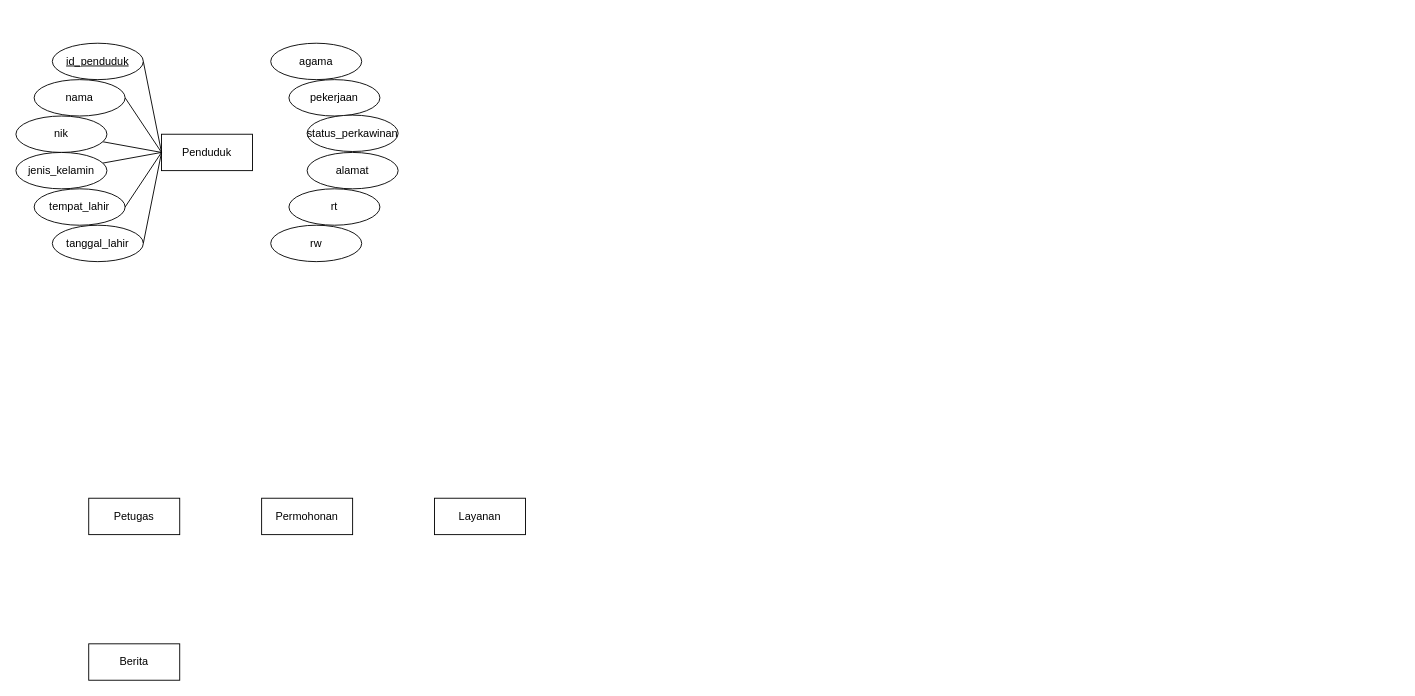
This is docs/KP-ERD.drawio from SammEccent/Project-KP, a draw.io file, before an edit. Source tidied: cells renumbered, new cells numbered last; positions are measured from the earlier drawing's top-left corner, leaving out a move shared by most shapes. Both pictures are drawn from the tidied source at 91%, with x=0, y=0 at pixel (15, 43).
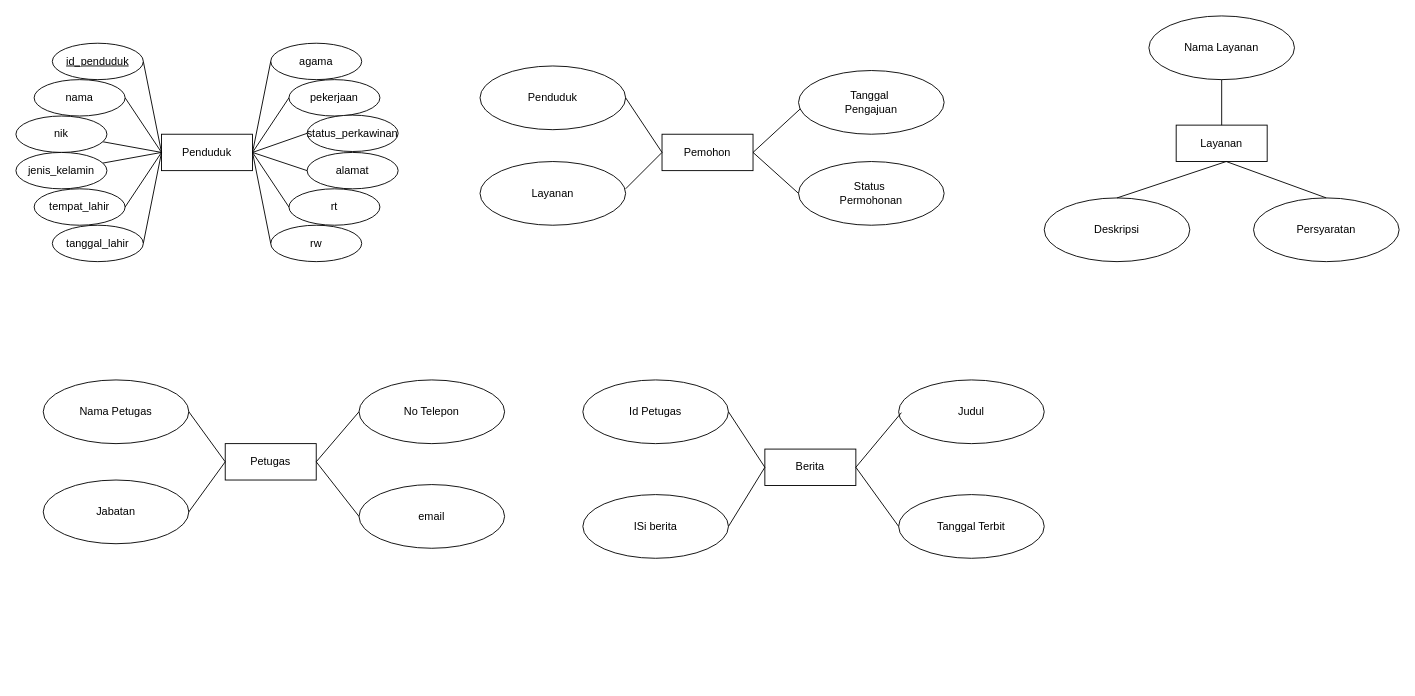
After the change.

Commit message (it also covers changes not shown here):
dari erd

The change refers to these unchanged cells:
```xml
<mxCell id="17" value="agama" style="ellipse;whiteSpace=wrap;html=1;align=center;" parent="1" vertex="1">
  <mxGeometry x="280" width="100" height="40" as="geometry" />
</mxCell>
<mxCell id="18" value="pekerjaan" style="ellipse;whiteSpace=wrap;html=1;align=center;" parent="1" vertex="1">
  <mxGeometry x="300" y="40" width="100" height="40" as="geometry" />
</mxCell>
<mxCell id="19" value="status_perkawinan" style="ellipse;whiteSpace=wrap;html=1;align=center;" parent="1" vertex="1">
  <mxGeometry x="320" y="79" width="100" height="40" as="geometry" />
</mxCell>
<mxCell id="20" value="alamat" style="ellipse;whiteSpace=wrap;html=1;align=center;" parent="1" vertex="1">
  <mxGeometry x="320" y="120" width="100" height="40" as="geometry" />
</mxCell>
<mxCell id="21" value="rt" style="ellipse;whiteSpace=wrap;html=1;align=center;" parent="1" vertex="1">
  <mxGeometry x="300" y="160" width="100" height="40" as="geometry" />
</mxCell>
<mxCell id="22" value="rw" style="ellipse;whiteSpace=wrap;html=1;align=center;" parent="1" vertex="1">
  <mxGeometry x="280" y="200" width="100" height="40" as="geometry" />
</mxCell>
```

What changed in the source:
```diff
@@
-    <mxCell id="3" value="Permohonan" style="whiteSpace=wrap;html=1;align=center;" parent="1" vertex="1">
-      <mxGeometry x="270" y="500" width="100" height="40" as="geometry" />
-    </mxCell>
     <mxCell id="4" value="Layanan" style="whiteSpace=wrap;html=1;align=center;" parent="1" vertex="1">
-      <mxGeometry x="460" y="500" width="100" height="40" as="geometry" />
+      <mxGeometry x="1275" y="90" width="100" height="40" as="geometry" />
     </mxCell>
     <mxCell id="5" value="Petugas" style="whiteSpace=wrap;html=1;align=center;" parent="1" vertex="1">
-      <mxGeometry x="80" y="500" width="100" height="40" as="geometry" />
+      <mxGeometry x="230" y="440" width="100" height="40" as="geometry" />
     </mxCell>
     <mxCell id="6" value="Berita" style="whiteSpace=wrap;html=1;align=center;" parent="1" vertex="1">
-      <mxGeometry x="80" y="660" width="100" height="40" as="geometry" />
+      <mxGeometry x="823" y="446" width="100" height="40" as="geometry" />
     </mxCell>
@@
+    <mxCell id="25" style="endArrow=none;html=1;rounded=0;entryX=0;entryY=0.5;entryDx=0;entryDy=0;" parent="1" edge="1" target="20">
+      <mxGeometry relative="1" as="geometry">
+        <mxPoint x="260" y="120" as="sourcePoint" />
+      </mxGeometry>
+    </mxCell>
+    <mxCell id="26" style="endArrow=none;html=1;rounded=0;entryX=0;entryY=0.5;entryDx=0;entryDy=0;" parent="1" edge="1" target="18">
+      <mxGeometry relative="1" as="geometry">
+        <mxPoint x="260" y="120" as="sourcePoint" />
+      </mxGeometry>
+    </mxCell>
+    <mxCell id="27" style="endArrow=none;html=1;rounded=0;entryX=0;entryY=0.5;entryDx=0;entryDy=0;" parent="1" edge="1" target="19">
+      <mxGeometry relative="1" as="geometry">
+        <mxPoint x="260" y="120" as="sourcePoint" />
+      </mxGeometry>
+    </mxCell>
+    <mxCell id="28" style="endArrow=none;html=1;rounded=0;entryX=0;entryY=0.5;entryDx=0;entryDy=0;" parent="1" edge="1" target="22">
+      <mxGeometry relative="1" as="geometry">
+        <mxPoint x="260" y="120" as="sourcePoint" />
+      </mxGeometry>
+    </mxCell>
+    <mxCell id="29" style="endArrow=none;html=1;rounded=0;entryX=0;entryY=0.5;entryDx=0;entryDy=0;" parent="1" edge="1" target="21">
+      <mxGeometry relative="1" as="geometry">
+        <mxPoint x="260" y="120" as="sourcePoint" />
+      </mxGeometry>
+    </mxCell>
+    <mxCell id="30" style="endArrow=none;html=1;rounded=0;entryX=0;entryY=0.5;entryDx=0;entryDy=0;" parent="1" edge="1" target="17">
+      <mxGeometry relative="1" as="geometry">
+        <mxPoint x="260" y="120" as="sourcePoint" />
+      </mxGeometry>
+    </mxCell>
+    <mxCell id="31" value="Pemohon" style="whiteSpace=wrap;html=1;align=center;" parent="1" vertex="1">
+      <mxGeometry x="710" y="100" width="100" height="40" as="geometry" />
+    </mxCell>
+    <mxCell id="32" value="Penduduk" style="ellipse;whiteSpace=wrap;html=1;align=center;" parent="1" vertex="1">
+      <mxGeometry x="510" y="25" width="160" height="70" as="geometry" />
+    </mxCell>
+    <mxCell id="33" value="Layanan" style="ellipse;whiteSpace=wrap;html=1;align=center;" parent="1" vertex="1">
+      <mxGeometry x="510" y="130" width="160" height="70" as="geometry" />
+    </mxCell>
+    <mxCell id="34" value="Tanggal&amp;nbsp;&lt;div&gt;Pengajuan&lt;/div&gt;" style="ellipse;whiteSpace=wrap;html=1;align=center;" parent="1" vertex="1">
+      <mxGeometry x="860" y="30" width="160" height="70" as="geometry" />
+    </mxCell>
+    <mxCell id="35" value="Status&amp;nbsp;&lt;div&gt;Permohonan&lt;/div&gt;" style="ellipse;whiteSpace=wrap;html=1;align=center;" parent="1" vertex="1">
+      <mxGeometry x="860" y="130" width="160" height="70" as="geometry" />
+    </mxCell>
+    <mxCell id="36" style="endArrow=none;html=1;rounded=0;entryX=0.013;entryY=0.6;entryDx=0;entryDy=0;entryPerimeter=0;" parent="1" edge="1" target="34">
+      <mxGeometry relative="1" as="geometry">
+        <mxPoint x="810" y="120" as="sourcePoint" />
+      </mxGeometry>
+    </mxCell>
+    <mxCell id="37" style="endArrow=none;html=1;rounded=0;entryX=0;entryY=0.5;entryDx=0;entryDy=0;" parent="1" edge="1" target="35">
+      <mxGeometry relative="1" as="geometry">
+        <mxPoint x="810" y="120" as="sourcePoint" />
+      </mxGeometry>
+    </mxCell>
+    <mxCell id="38" style="endArrow=none;html=1;rounded=0;entryX=1;entryY=0.5;entryDx=0;entryDy=0;" parent="1" edge="1" target="32">
+      <mxGeometry relative="1" as="geometry">
+        <mxPoint x="710" y="120" as="sourcePoint" />
+      </mxGeometry>
+    </mxCell>
+    <mxCell id="39" style="endArrow=none;html=1;rounded=0;" parent="1" edge="1">
+      <mxGeometry relative="1" as="geometry">
+        <mxPoint x="670" y="160" as="sourcePoint" />
+        <mxPoint x="710" y="120" as="targetPoint" />
+      </mxGeometry>
+    </mxCell>
+    <mxCell id="40" value="Nama Petugas" style="ellipse;whiteSpace=wrap;html=1;align=center;" parent="1" vertex="1">
+      <mxGeometry x="30" y="370" width="160" height="70" as="geometry" />
+    </mxCell>
+    <mxCell id="41" value="No Telepon" style="ellipse;whiteSpace=wrap;html=1;align=center;" parent="1" vertex="1">
+      <mxGeometry x="377" y="370" width="160" height="70" as="geometry" />
+    </mxCell>
+    <mxCell id="42" value="Jabatan" style="ellipse;whiteSpace=wrap;html=1;align=center;" parent="1" vertex="1">
+      <mxGeometry x="30" y="480" width="160" height="70" as="geometry" />
+    </mxCell>
+    <mxCell id="43" value="email" style="ellipse;whiteSpace=wrap;html=1;align=center;" parent="1" vertex="1">
+      <mxGeometry x="377" y="485" width="160" height="70" as="geometry" />
+    </mxCell>
+    <mxCell id="44" style="endArrow=none;html=1;rounded=0;entryX=0;entryY=0.5;entryDx=0;entryDy=0;" parent="1" edge="1" target="41">
+      <mxGeometry relative="1" as="geometry">
+        <mxPoint x="330" y="460" as="sourcePoint" />
+      </mxGeometry>
+    </mxCell>
+    <mxCell id="45" style="endArrow=none;html=1;rounded=0;entryX=0;entryY=0.5;entryDx=0;entryDy=0;" parent="1" edge="1" target="43">
+      <mxGeometry relative="1" as="geometry">
+        <mxPoint x="330" y="460" as="sourcePoint" />
+      </mxGeometry>
+    </mxCell>
+    <mxCell id="46" style="endArrow=none;html=1;rounded=0;entryX=1;entryY=0.5;entryDx=0;entryDy=0;" parent="1" edge="1" target="40">
+      <mxGeometry relative="1" as="geometry">
+        <mxPoint x="230" y="460" as="sourcePoint" />
+      </mxGeometry>
+    </mxCell>
+    <mxCell id="47" style="endArrow=none;html=1;rounded=0;exitX=1;exitY=0.5;exitDx=0;exitDy=0;" parent="1" edge="1" source="42">
+      <mxGeometry relative="1" as="geometry">
+        <mxPoint x="230" y="460" as="targetPoint" />
+      </mxGeometry>
+    </mxCell>
+    <mxCell id="48" value="Nama Layanan" style="ellipse;whiteSpace=wrap;html=1;align=center;" parent="1" vertex="1">
+      <mxGeometry x="1245" y="-30" width="160" height="70" as="geometry" />
+    </mxCell>
+    <mxCell id="49" value="Persyaratan" style="ellipse;whiteSpace=wrap;html=1;align=center;" parent="1" vertex="1">
+      <mxGeometry x="1360" y="170" width="160" height="70" as="geometry" />
+    </mxCell>
+    <mxCell id="50" value="Deskripsi" style="ellipse;whiteSpace=wrap;html=1;align=center;" parent="1" vertex="1">
+      <mxGeometry x="1130" y="170" width="160" height="70" as="geometry" />
+    </mxCell>
+    <mxCell id="51" style="endArrow=none;html=1;rounded=0;exitX=0.5;exitY=0;exitDx=0;exitDy=0;" parent="1" edge="1" source="50">
+      <mxGeometry relative="1" as="geometry">
+        <mxPoint x="1330" y="130" as="targetPoint" />
+      </mxGeometry>
+    </mxCell>
+    <mxCell id="52" style="endArrow=none;html=1;rounded=0;exitX=0.5;exitY=0;exitDx=0;exitDy=0;" parent="1" edge="1" source="49">
+      <mxGeometry relative="1" as="geometry">
+        <mxPoint x="1330" y="130" as="targetPoint" />
+      </mxGeometry>
+    </mxCell>
+    <mxCell id="53" value="Judul" style="ellipse;whiteSpace=wrap;html=1;align=center;" parent="1" vertex="1">
+      <mxGeometry x="970" y="370" width="160" height="70" as="geometry" />
+    </mxCell>
+    <mxCell id="54" value="Id Petugas" style="ellipse;whiteSpace=wrap;html=1;align=center;" parent="1" vertex="1">
+      <mxGeometry x="623" y="370" width="160" height="70" as="geometry" />
+    </mxCell>
+    <mxCell id="55" value="ISi berita" style="ellipse;whiteSpace=wrap;html=1;align=center;" parent="1" vertex="1">
+      <mxGeometry x="623" y="496" width="160" height="70" as="geometry" />
+    </mxCell>
+    <mxCell id="56" value="Tanggal Terbit" style="ellipse;whiteSpace=wrap;html=1;align=center;" parent="1" vertex="1">
+      <mxGeometry x="970" y="496" width="160" height="70" as="geometry" />
+    </mxCell>
+    <mxCell id="57" style="endArrow=none;html=1;rounded=0;entryX=0.019;entryY=0.514;entryDx=0;entryDy=0;entryPerimeter=0;" parent="1" edge="1" target="53">
+      <mxGeometry relative="1" as="geometry">
+        <mxPoint x="923" y="466" as="sourcePoint" />
+      </mxGeometry>
+    </mxCell>
+    <mxCell id="58" style="endArrow=none;html=1;rounded=0;entryX=0;entryY=0.5;entryDx=0;entryDy=0;" parent="1" edge="1" target="56">
+      <mxGeometry relative="1" as="geometry">
+        <mxPoint x="923" y="466" as="sourcePoint" />
+      </mxGeometry>
+    </mxCell>
+    <mxCell id="59" style="endArrow=none;html=1;rounded=0;entryX=1;entryY=0.5;entryDx=0;entryDy=0;" parent="1" edge="1" target="54">
+      <mxGeometry relative="1" as="geometry">
+        <mxPoint x="823" y="466" as="sourcePoint" />
+      </mxGeometry>
+    </mxCell>
+    <mxCell id="60" style="endArrow=none;html=1;rounded=0;exitX=1;exitY=0.5;exitDx=0;exitDy=0;" parent="1" edge="1" source="55">
+      <mxGeometry relative="1" as="geometry">
+        <mxPoint x="823" y="466" as="targetPoint" />
+      </mxGeometry>
+    </mxCell>
+    <mxCell id="61" style="endArrow=none;html=1;rounded=0;" parent="1" edge="1" target="48">
+      <mxGeometry relative="1" as="geometry">
+        <mxPoint x="1325" y="90" as="sourcePoint" />
+      </mxGeometry>
+    </mxCell>
```
